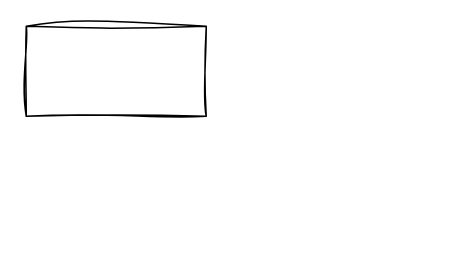
Before: ERDs/Untitled Diagram.drawio in you22ef/ERDs, a draw.io diagram. Source tidied: cells renumbered, new cells numbered last; positions are measured from the earlier drawing's top-left corner, leaving out a move shared by most shapes. Both pictures are drawn from the tidied source at 150%, with x=0, y=0 at pixel (26, 26).
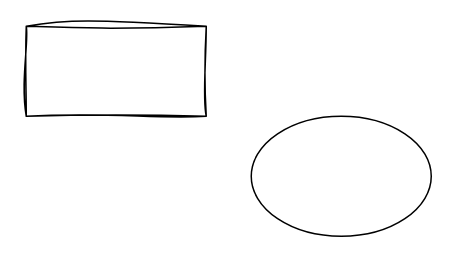
The same page after the edit.

What changed in the source:
```diff
@@
 <mxGraphModel>
   <root>
     <mxCell id="0" />
     <mxCell id="1" parent="0" />
     <mxCell id="2" style="rounded=0;whiteSpace=wrap;html=1;sketch=1;curveFitting=1;jiggle=2;" parent="1" vertex="1">
       <mxGeometry width="120" height="60" as="geometry" />
     </mxCell>
+    <mxCell id="3" style="ellipse;whiteSpace=wrap;html=1;" parent="1" vertex="1">
+      <mxGeometry x="150" y="60" width="120" height="80" as="geometry" />
+    </mxCell>
   </root>
 </mxGraphModel>
```
